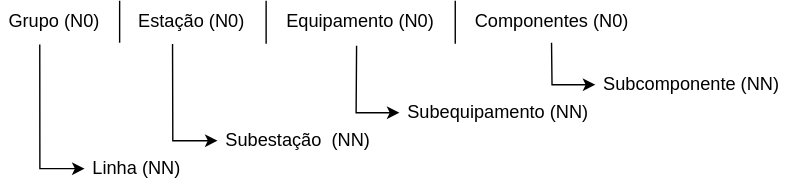
Above: project/docs/source/lines/line32/2020_2021/software/classificacao/class_geral.svg in luismbarroso/luisbarroso-documentacao (draw.io), before the change. Source tidied: cells renumbered, new cells last; positions are measured from the earlier drawing's top-left corner, leaving out a move shared by most shapes.
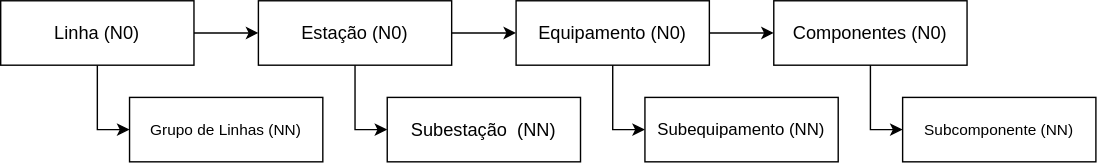
The same diagram one commit later.

The edit, as a diff of the source:
```diff
@@ -2,79 +2,75 @@
   <root>
     <mxCell id="0" />
     <mxCell id="1" parent="0" />
-    <mxCell id="2" value="Linha (NN)" style="text;strokeColor=none;fillColor=none;align=left;verticalAlign=top;spacingLeft=4;spacingRight=4;overflow=hidden;fontSize=13;" parent="1" vertex="1">
-      <mxGeometry x="60" y="105" width="77.3" height="30.8" as="geometry" />
-    </mxCell>
-    <mxCell id="3" value="Grupo (N0)" style="text;strokeColor=none;fillColor=none;align=left;verticalAlign=top;spacingLeft=4;spacingRight=4;overflow=hidden;points=[[0,0.5],[1,0.5]];portConstraint=eastwest;fontSize=13;" parent="1" vertex="1">
-      <mxGeometry width="80" height="30.8" as="geometry" />
-    </mxCell>
+    <mxCell id="17" style="group;" parent="1" vertex="1">
+      <mxGeometry x="-10" width="782" height="115" as="geometry" />
+    </mxCell>
+    <mxCell id="13" style="endArrow=none;html=1;fontSize=7;entryX=0.5;entryY=1;entryDx=0;entryDy=0;rounded=0;startArrow=classic;startFill=1;" parent="17" edge="1" target="18">
+      <mxGeometry x="-23" y="-184" as="geometry">
+        <mxPoint x="92" y="92" as="sourcePoint" />
+        <Array as="points">
+          <mxPoint x="69" y="92" />
+        </Array>
+      </mxGeometry>
+    </mxCell>
+    <mxCell id="18" value="&lt;span style=&quot;font-size: 13px ; text-align: left&quot;&gt;Linha (N0)&lt;/span&gt;" style="rounded=0;whiteSpace=wrap;html=1;" parent="17" vertex="1">
+      <mxGeometry width="138" height="46" as="geometry" />
+    </mxCell>
+    <mxCell id="5" value="&lt;span style=&quot;font-size: 13px ; text-align: left&quot;&gt;Estação (N0)&lt;/span&gt;" style="rounded=0;whiteSpace=wrap;html=1;" parent="17" vertex="1">
+      <mxGeometry x="184" width="138" height="46" as="geometry" />
+    </mxCell>
+    <mxCell id="19" style="edgeStyle=orthogonalEdgeStyle;rounded=0;jettySize=auto;html=1;entryX=0;entryY=0.5;entryDx=0;entryDy=0;" parent="17" edge="1" source="18" target="5">
+      <mxGeometry relative="1" as="geometry" />
+    </mxCell>
+    <mxCell id="7" value="&lt;span style=&quot;font-size: 13px ; text-align: left&quot;&gt;Equipamento (N0)&lt;/span&gt;" style="rounded=0;whiteSpace=wrap;html=1;" parent="17" vertex="1">
+      <mxGeometry x="368" width="138" height="46" as="geometry" />
+    </mxCell>
+    <mxCell id="20" style="edgeStyle=orthogonalEdgeStyle;rounded=0;jettySize=auto;html=1;entryX=0;entryY=0.5;entryDx=0;entryDy=0;" parent="17" edge="1" source="5" target="7">
+      <mxGeometry relative="1" as="geometry" />
+    </mxCell>
+    <mxCell id="9" value="&lt;span style=&quot;font-size: 13px ; text-align: left&quot;&gt;Componentes (N0)&lt;/span&gt;" style="rounded=0;whiteSpace=wrap;html=1;" parent="17" vertex="1">
+      <mxGeometry x="552" width="138" height="46" as="geometry" />
+    </mxCell>
+    <mxCell id="21" style="edgeStyle=orthogonalEdgeStyle;rounded=0;jettySize=auto;html=1;" parent="17" edge="1" source="7" target="9">
+      <mxGeometry relative="1" as="geometry" />
+    </mxCell>
+    <mxCell id="22" style="endArrow=none;html=1;fontSize=7;entryX=0.5;entryY=1;entryDx=0;entryDy=0;rounded=0;startArrow=classic;startFill=1;" parent="17" edge="1" target="5">
+      <mxGeometry x="-17.2" y="-178.2" as="geometry">
+        <mxPoint x="276" y="92" as="sourcePoint" />
+        <Array as="points">
+          <mxPoint x="253" y="92" />
+        </Array>
+      </mxGeometry>
+    </mxCell>
+    <mxCell id="23" value="&lt;div&gt;&lt;span&gt;&lt;font style=&quot;font-size: 11px&quot;&gt;Grupo de Linhas (NN)&lt;/font&gt;&lt;/span&gt;&lt;/div&gt;" style="rounded=0;whiteSpace=wrap;html=1;align=center;" parent="17" vertex="1">
+      <mxGeometry x="92" y="69" width="138" height="46" as="geometry" />
+    </mxCell>
-    <mxCell id="4" value="Subestação  (NN)" style="text;strokeColor=none;fillColor=none;align=left;verticalAlign=top;spacingLeft=4;spacingRight=4;overflow=hidden;fontSize=13;" parent="1" vertex="1">
-      <mxGeometry x="155" y="85" width="118.7" height="30.8" as="geometry" />
+    <mxCell id="4" value="&lt;span style=&quot;font-size: 13px ; text-align: left&quot;&gt;Subestação&amp;nbsp;&amp;nbsp;(NN)&lt;/span&gt;" style="rounded=0;whiteSpace=wrap;html=1;" parent="17" vertex="1">
+      <mxGeometry x="276" y="69" width="138" height="46" as="geometry" />
     </mxCell>
-    <mxCell id="5" value="Estação (N0)" style="text;strokeColor=none;fillColor=none;align=left;verticalAlign=top;spacingLeft=4;spacingRight=4;overflow=hidden;points=[[0,0.5],[1,0.5]];portConstraint=eastwest;fontSize=13;" parent="1" vertex="1">
-      <mxGeometry x="92.7" width="87.3" height="30.8" as="geometry" />
-    </mxCell>
-    <mxCell id="6" value="Subequipamento (NN)" style="text;strokeColor=none;fillColor=none;align=left;verticalAlign=top;spacingLeft=4;spacingRight=4;overflow=hidden;fontSize=13;" parent="1" vertex="1">
-      <mxGeometry x="285" y="65" width="140" height="30.8" as="geometry" />
+    <mxCell id="6" value="&lt;span style=&quot;text-align: left&quot;&gt;&lt;font style=&quot;font-size: 12px&quot;&gt;Subequipamento&amp;nbsp;(NN)&lt;/font&gt;&lt;/span&gt;" style="rounded=0;whiteSpace=wrap;html=1;" parent="17" vertex="1">
+      <mxGeometry x="460" y="69" width="138" height="46" as="geometry" />
     </mxCell>
-    <mxCell id="7" value="Equipamento (N0)" style="text;strokeColor=none;fillColor=none;align=left;verticalAlign=top;spacingLeft=4;spacingRight=4;overflow=hidden;points=[[0,0.5],[1,0.5]];portConstraint=eastwest;fontSize=13;" parent="1" vertex="1">
-      <mxGeometry x="198.5" width="118.5" height="30.8" as="geometry" />
-    </mxCell>
+    <mxCell id="24" style="endArrow=none;html=1;fontSize=7;entryX=0.5;entryY=1;entryDx=0;entryDy=0;rounded=0;startArrow=classic;startFill=1;" parent="17" edge="1">
+      <mxGeometry x="166.8" y="-178.2" as="geometry">
+        <mxPoint x="460" y="92" as="sourcePoint" />
+        <mxPoint x="437" y="46" as="targetPoint" />
+        <Array as="points">
+          <mxPoint x="437" y="92" />
+        </Array>
+      </mxGeometry>
+    </mxCell>
+    <mxCell id="25" style="endArrow=none;html=1;fontSize=7;entryX=0.5;entryY=1;entryDx=0;entryDy=0;rounded=0;startArrow=classic;startFill=1;" parent="17" edge="1">
+      <mxGeometry x="350.8" y="-178.2" as="geometry">
+        <mxPoint x="644" y="92" as="sourcePoint" />
+        <mxPoint x="621" y="46" as="targetPoint" />
+        <Array as="points">
+          <mxPoint x="621" y="92" />
+        </Array>
+      </mxGeometry>
+    </mxCell>
-    <mxCell id="8" value="Subcomponente (NN)" style="text;strokeColor=none;fillColor=none;align=left;verticalAlign=top;spacingLeft=4;spacingRight=4;overflow=hidden;fontSize=13;" parent="1" vertex="1">
-      <mxGeometry x="425" y="45" width="140" height="30.8" as="geometry" />
+    <mxCell id="8" value="&lt;span style=&quot;text-align: left&quot;&gt;&lt;font style=&quot;font-size: 11px&quot;&gt;Subcomponente&amp;nbsp;(NN)&lt;/font&gt;&lt;/span&gt;" style="rounded=0;whiteSpace=wrap;html=1;" parent="17" vertex="1">
+      <mxGeometry x="644" y="69" width="138" height="46" as="geometry" />
     </mxCell>
-    <mxCell id="9" value="Componentes (N0)" style="text;strokeColor=none;fillColor=none;align=left;verticalAlign=top;spacingLeft=4;spacingRight=4;overflow=hidden;points=[[0,0.5],[1,0.5]];portConstraint=eastwest;fontSize=13;" parent="1" vertex="1">
-      <mxGeometry x="333.2" width="123.1" height="30.8" as="geometry" />
-    </mxCell>
-    <mxCell id="10" style="endArrow=none;html=1;fontSize=7;" parent="1" edge="1">
-      <mxGeometry x="-2317" y="20" as="geometry">
-        <mxPoint x="85" y="30" as="sourcePoint" />
-        <mxPoint x="85" as="targetPoint" />
-      </mxGeometry>
-    </mxCell>
-    <mxCell id="11" style="endArrow=none;html=1;fontSize=7;" parent="1" edge="1">
-      <mxGeometry x="-2328" y="20" as="geometry">
-        <mxPoint x="189.7" y="30.8" as="sourcePoint" />
-        <mxPoint x="189.7" as="targetPoint" />
-      </mxGeometry>
-    </mxCell>
-    <mxCell id="12" style="endArrow=none;html=1;fontSize=7;" parent="1" edge="1">
-      <mxGeometry x="-2339" y="20" as="geometry">
-        <mxPoint x="324.8" y="30.8" as="sourcePoint" />
-        <mxPoint x="324.8" as="targetPoint" />
-      </mxGeometry>
-    </mxCell>
-    <mxCell id="13" style="endArrow=none;html=1;fontSize=7;entryX=0.349;entryY=1.016;entryDx=0;entryDy=0;entryPerimeter=0;rounded=0;startArrow=classic;startFill=1;" parent="1" edge="1" target="3">
-      <mxGeometry x="-2320" y="20" as="geometry">
-        <mxPoint x="60" y="120" as="sourcePoint" />
-        <Array as="points">
-          <mxPoint x="28" y="120" />
-        </Array>
-      </mxGeometry>
-    </mxCell>
-    <mxCell id="14" style="endArrow=none;html=1;fontSize=7;rounded=0;startArrow=classic;startFill=1;entryX=0.491;entryY=0.977;entryDx=0;entryDy=0;entryPerimeter=0;" parent="1" edge="1" target="9">
-      <mxGeometry x="-2320" y="20" as="geometry">
-        <mxPoint x="425" y="60" as="sourcePoint" />
-        <Array as="points">
-          <mxPoint x="394" y="60" />
-        </Array>
-      </mxGeometry>
-    </mxCell>
-    <mxCell id="15" style="endArrow=none;html=1;fontSize=7;entryX=0.471;entryY=1.044;entryDx=0;entryDy=0;rounded=0;startArrow=classic;startFill=1;entryPerimeter=0;" parent="1" edge="1" target="7">
-      <mxGeometry x="-2320" y="20" as="geometry">
-        <mxPoint x="285" y="80" as="sourcePoint" />
-        <Array as="points">
-          <mxPoint x="254" y="80" />
-        </Array>
-      </mxGeometry>
-    </mxCell>
-    <mxCell id="16" style="endArrow=none;html=1;fontSize=7;entryX=0.345;entryY=1.003;entryDx=0;entryDy=0;rounded=0;startArrow=classic;startFill=1;entryPerimeter=0;" parent="1" edge="1" target="5">
-      <mxGeometry x="-2320" y="20" as="geometry">
-        <mxPoint x="155" y="100" as="sourcePoint" />
-        <Array as="points">
-          <mxPoint x="123" y="100" />
-        </Array>
-      </mxGeometry>
-    </mxCell>
   </root>
 </mxGraphModel>
```
